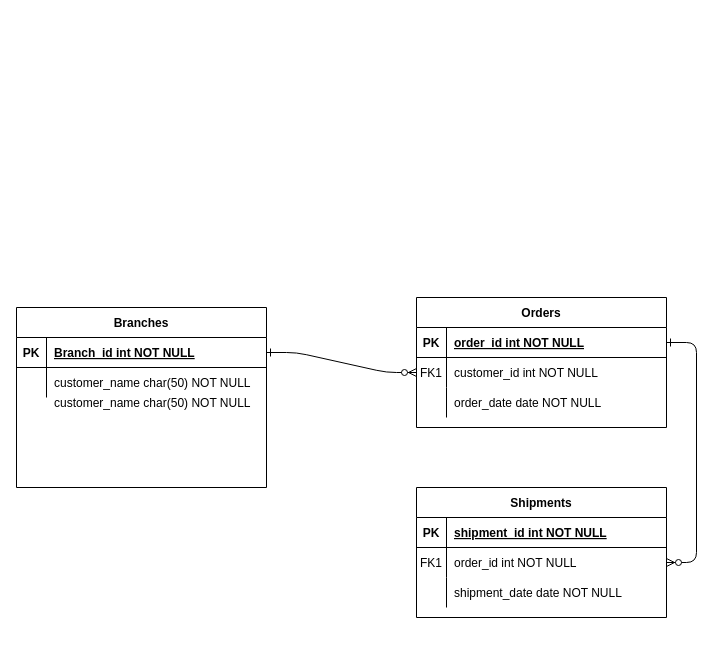
Above: page "Page-1" (1 of 2) of Untitled Diagram.drawio in AlexanderMezquita/little-lemon (draw.io), before the change. Source tidied: cells renumbered, new cells numbered last; positions are measured from the earlier drawing's top-left corner, leaving out a move shared by most shapes. Both pictures are drawn from the tidied source at 100%, with x=0, y=0 at pixel (16, 297).
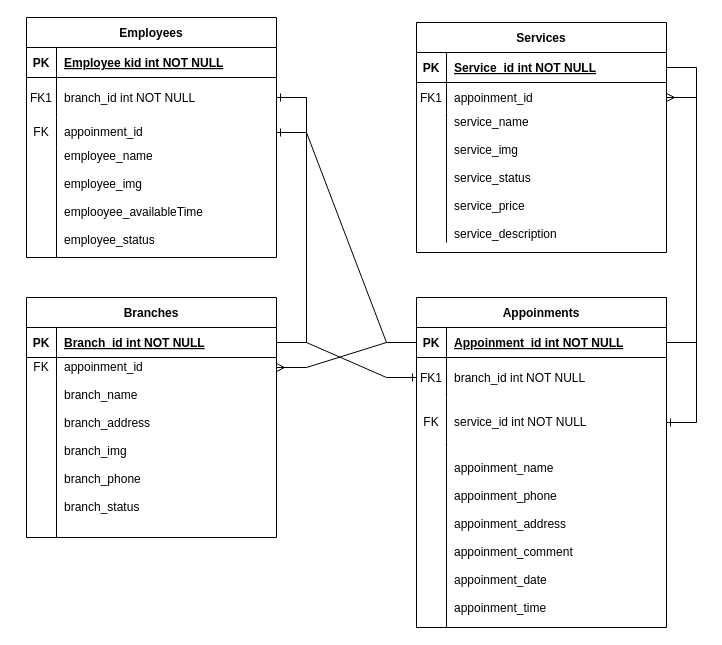
The same diagram, later.

Unchanged cells that the change refers to:
```xml
<mxCell id="5" style="shape=partialRectangle;fillColor=none;points=[[0,0.5],[1,0.5]];portConstraint=eastwest;top=0;left=0;right=0;bottom=1;" parent="4" vertex="1">
  <mxGeometry y="30" width="250" height="30" as="geometry" />
</mxCell>
<mxCell id="15" style="shape=partialRectangle;fillColor=none;points=[[0,0.5],[1,0.5]];portConstraint=eastwest;top=0;left=0;right=0;bottom=1;" parent="14" vertex="1">
  <mxGeometry y="30" width="250" height="30" as="geometry" />
</mxCell>
<mxCell id="18" style="shape=partialRectangle;fillColor=none;points=[[0,0.5],[1,0.5]];portConstraint=eastwest;top=0;left=0;right=0;bottom=0;" parent="14" vertex="1">
  <mxGeometry y="60" width="250" height="30" as="geometry" />
</mxCell>
<mxCell id="25" style="shape=partialRectangle;fillColor=none;points=[[0,0.5],[1,0.5]];portConstraint=eastwest;top=0;left=0;right=0;bottom=1;" parent="24" vertex="1">
  <mxGeometry y="30" width="250" height="30" as="geometry" />
</mxCell>
```

The edit, as a diff of the source:
```diff
@@
-    <mxCell id="2" style="edgeStyle=entityRelationEdgeStyle;endArrow=ERzeroToMany;startArrow=ERone;endFill=1;startFill=0;" parent="1" edge="1" source="25" target="8">
-      <mxGeometry relative="1" as="geometry" />
-    </mxCell>
-    <mxCell id="3" style="edgeStyle=entityRelationEdgeStyle;endArrow=ERzeroToMany;startArrow=ERone;endFill=1;startFill=0;" parent="1" edge="1" source="5" target="18">
-      <mxGeometry relative="1" as="geometry" />
-    </mxCell>
-    <mxCell id="4" value="Orders" style="shape=table;startSize=30;childLayout=tableLayout;rowLines=0;fontStyle=1;align=center;" parent="1" vertex="1">
-      <mxGeometry x="400" width="250" height="130" as="geometry" />
+    <mxCell id="4" value="Appoinments" style="shape=table;startSize=30;childLayout=tableLayout;rowLines=0;fontStyle=1;align=center;" parent="1" vertex="1">
+      <mxGeometry x="400" width="250" height="330" as="geometry" />
     </mxCell>
@@
-    <mxCell id="7" value="order_id int NOT NULL " style="shape=partialRectangle;overflow=hidden;fillColor=none;top=0;left=0;bottom=0;right=0;align=left;spacingLeft=6;fontStyle=5;" parent="5" vertex="1">
+    <mxCell id="7" value="Appoinment_id int NOT NULL " style="shape=partialRectangle;overflow=hidden;fillColor=none;top=0;left=0;bottom=0;right=0;align=left;spacingLeft=6;fontStyle=5;" parent="5" vertex="1">
       <mxGeometry x="30" width="220" height="30" as="geometry" />
     </mxCell>
     <mxCell id="8" style="shape=partialRectangle;fillColor=none;points=[[0,0.5],[1,0.5]];portConstraint=eastwest;top=0;left=0;right=0;bottom=0;" parent="4" vertex="1">
-      <mxGeometry y="60" width="250" height="30" as="geometry" />
+      <mxGeometry y="60" width="250" height="40" as="geometry" />
     </mxCell>
     <mxCell id="9" value="FK1" style="shape=partialRectangle;overflow=hidden;fillColor=none;top=0;left=0;bottom=0;right=0;" parent="8" vertex="1">
-      <mxGeometry width="30" height="30" as="geometry" />
+      <mxGeometry width="30" height="40" as="geometry" />
     </mxCell>
-    <mxCell id="10" value="customer_id int NOT NULL" style="shape=partialRectangle;overflow=hidden;fillColor=none;top=0;left=0;bottom=0;right=0;align=left;spacingLeft=6;" parent="8" vertex="1">
-      <mxGeometry x="30" width="220" height="30" as="geometry" />
+    <mxCell id="10" value="branch_id int NOT NULL" style="shape=partialRectangle;overflow=hidden;fillColor=none;top=0;left=0;bottom=0;right=0;align=left;spacingLeft=6;" parent="8" vertex="1">
+      <mxGeometry x="30" width="220" height="40" as="geometry" />
     </mxCell>
+    <mxCell id="32" style="shape=tableRow;horizontal=0;startSize=0;swimlaneHead=0;swimlaneBody=0;fillColor=none;points=[[0,0.5],[1,0.5]];portConstraint=eastwest;top=0;left=0;right=0;bottom=0;" parent="4" vertex="1">
+      <mxGeometry y="100" width="250" height="50" as="geometry" />
+    </mxCell>
+    <mxCell id="33" value="FK" style="shape=partialRectangle;fillColor=none;top=0;left=0;bottom=0;right=0;fontStyle=0;overflow=hidden;whiteSpace=wrap;html=1;" parent="32" vertex="1">
+      <mxGeometry width="30" height="50" as="geometry" />
+    </mxCell>
+    <mxCell id="34" value="service_id int NOT NULL" style="shape=partialRectangle;fillColor=none;top=0;left=0;bottom=0;right=0;align=left;spacingLeft=6;fontStyle=0;overflow=hidden;whiteSpace=wrap;html=1;" parent="32" vertex="1">
+      <mxGeometry x="30" width="220" height="50" as="geometry" />
+    </mxCell>
     <mxCell id="11" style="shape=partialRectangle;fillColor=none;top=0;left=0;right=0;bottom=0;" parent="4" vertex="1">
-      <mxGeometry y="90" width="250" height="30" as="geometry" />
+      <mxGeometry y="150" width="250" height="180" as="geometry" />
     </mxCell>
     <mxCell id="12" style="shape=partialRectangle;overflow=hidden;fillColor=none;top=0;left=0;bottom=0;right=0;" parent="11" vertex="1">
-      <mxGeometry width="30" height="30" as="geometry" />
+      <mxGeometry width="30" height="180" as="geometry" />
     </mxCell>
-    <mxCell id="13" value="order_date date NOT NULL" style="shape=partialRectangle;overflow=hidden;fillColor=none;top=0;left=0;bottom=0;right=0;align=left;spacingLeft=6;" parent="11" vertex="1">
-      <mxGeometry x="30" width="220" height="30" as="geometry" />
+    <mxCell id="13" value="appoinment_name &#10;&#10;appoinment_phone&#10;&#10;appoinment_address&#10;&#10;appoinment_comment&#10;&#10;appoinment_date&#10;&#10;appoinment_time" style="shape=partialRectangle;overflow=hidden;fillColor=none;top=0;left=0;bottom=0;right=0;align=left;spacingLeft=6;" parent="11" vertex="1">
+      <mxGeometry x="30" width="220" height="180" as="geometry" />
     </mxCell>
-    <mxCell id="14" value="Shipments" style="shape=table;startSize=30;childLayout=tableLayout;rowLines=0;fontStyle=1;align=center;" parent="1" vertex="1">
-      <mxGeometry x="400" y="190" width="250" height="130" as="geometry" />
+    <mxCell id="14" value="Services" style="shape=table;startSize=30;childLayout=tableLayout;rowLines=0;fontStyle=1;align=center;" parent="1" vertex="1">
+      <mxGeometry x="400" y="-275" width="250" height="230" as="geometry" />
     </mxCell>
@@
-    <mxCell id="17" value="shipment_id int NOT NULL " style="shape=partialRectangle;overflow=hidden;fillColor=none;top=0;left=0;bottom=0;right=0;align=left;spacingLeft=6;fontStyle=5;" parent="15" vertex="1">
+    <mxCell id="17" value="Service_id int NOT NULL " style="shape=partialRectangle;overflow=hidden;fillColor=none;top=0;left=0;bottom=0;right=0;align=left;spacingLeft=6;fontStyle=5;" parent="15" vertex="1">
       <mxGeometry x="30" width="220" height="30" as="geometry" />
     </mxCell>
@@
-    <mxCell id="20" value="order_id int NOT NULL" style="shape=partialRectangle;overflow=hidden;fillColor=none;top=0;left=0;bottom=0;right=0;align=left;spacingLeft=6;" parent="18" vertex="1">
+    <mxCell id="20" value="appoinment_id" style="shape=partialRectangle;overflow=hidden;fillColor=none;top=0;left=0;bottom=0;right=0;align=left;spacingLeft=6;" parent="18" vertex="1">
       <mxGeometry x="30" width="220" height="30" as="geometry" />
     </mxCell>
     <mxCell id="21" style="shape=partialRectangle;fillColor=none;top=0;left=0;right=0;bottom=0;" parent="14" vertex="1">
-      <mxGeometry y="90" width="250" height="30" as="geometry" />
+      <mxGeometry y="90" width="250" height="130" as="geometry" />
     </mxCell>
     <mxCell id="22" style="shape=partialRectangle;overflow=hidden;fillColor=none;top=0;left=0;bottom=0;right=0;" parent="21" vertex="1">
-      <mxGeometry width="30" height="30" as="geometry" />
+      <mxGeometry width="30" height="130" as="geometry" />
     </mxCell>
-    <mxCell id="23" value="shipment_date date NOT NULL" style="shape=partialRectangle;overflow=hidden;fillColor=none;top=0;left=0;bottom=0;right=0;align=left;spacingLeft=6;" parent="21" vertex="1">
-      <mxGeometry x="30" width="220" height="30" as="geometry" />
+    <mxCell id="23" value="service_name&#10;&#10;service_img&#10;&#10;service_status&#10;&#10;service_price&#10;&#10;service_description" style="shape=partialRectangle;overflow=hidden;fillColor=none;top=0;left=0;bottom=0;right=0;align=left;spacingLeft=6;" parent="21" vertex="1">
+      <mxGeometry x="30" width="220" height="130" as="geometry" />
     </mxCell>
     <mxCell id="24" value="Branches" style="shape=table;startSize=30;childLayout=tableLayout;rowLines=0;fontStyle=1;align=center;" parent="1" vertex="1">
-      <mxGeometry y="10" width="250" height="180" as="geometry" />
+      <mxGeometry x="10" width="250" height="240" as="geometry" />
     </mxCell>
@@
+    <mxCell id="35" style="shape=tableRow;horizontal=0;startSize=0;swimlaneHead=0;swimlaneBody=0;fillColor=none;points=[[0,0.5],[1,0.5]];portConstraint=eastwest;top=0;left=0;right=0;bottom=0;" parent="24" vertex="1">
+      <mxGeometry y="60" width="250" height="20" as="geometry" />
+    </mxCell>
+    <mxCell id="36" value="FK" style="shape=partialRectangle;fillColor=none;top=0;left=0;bottom=0;right=0;fontStyle=0;overflow=hidden;whiteSpace=wrap;html=1;" parent="35" vertex="1">
+      <mxGeometry width="30" height="20" as="geometry" />
+    </mxCell>
+    <mxCell id="37" value="appoinment_id" style="shape=partialRectangle;fillColor=none;top=0;left=0;bottom=0;right=0;align=left;spacingLeft=6;fontStyle=0;overflow=hidden;whiteSpace=wrap;html=1;" parent="35" vertex="1">
+      <mxGeometry x="30" width="220" height="20" as="geometry" />
+    </mxCell>
     <mxCell id="28" style="shape=partialRectangle;fillColor=none;top=0;left=0;right=0;bottom=0;" parent="24" vertex="1">
-      <mxGeometry y="60" width="250" height="30" as="geometry" />
+      <mxGeometry y="80" width="250" height="160" as="geometry" />
     </mxCell>
     <mxCell id="29" style="shape=partialRectangle;overflow=hidden;fillColor=none;top=0;left=0;bottom=0;right=0;" parent="28" vertex="1">
-      <mxGeometry width="30" height="30" as="geometry" />
+      <mxGeometry width="30" height="160" as="geometry" />
     </mxCell>
-    <mxCell id="30" value="customer_name char(50) NOT NULL" style="shape=partialRectangle;overflow=hidden;fillColor=none;top=0;left=0;bottom=0;right=0;align=left;spacingLeft=6;" parent="28" vertex="1">
-      <mxGeometry x="30" width="220" height="30" as="geometry" />
+    <mxCell id="30" value="branch_name &#10;&#10;branch_address&#10;&#10;branch_img&#10;&#10;branch_phone&#10;&#10;branch_status&#10;" style="shape=partialRectangle;overflow=hidden;fillColor=none;top=0;left=0;bottom=0;right=0;align=left;spacingLeft=6;" parent="28" vertex="1">
+      <mxGeometry x="30" width="220" height="160" as="geometry" />
     </mxCell>
-    <mxCell id="31" value="customer_name char(50) NOT NULL" style="shape=partialRectangle;overflow=hidden;fillColor=none;top=0;left=0;bottom=0;right=0;align=left;spacingLeft=6;" parent="1" vertex="1">
-      <mxGeometry x="30" y="90" width="220" height="30" as="geometry" />
-    </mxCell>
+    <mxCell id="38" style="edgeStyle=orthogonalEdgeStyle;rounded=0;orthogonalLoop=1;jettySize=auto;html=1;exitX=0.5;exitY=1;exitDx=0;exitDy=0;" parent="1" edge="1">
+      <mxGeometry relative="1" as="geometry">
+        <mxPoint x="80" y="140" as="sourcePoint" />
+        <mxPoint x="80" y="140" as="targetPoint" />
+      </mxGeometry>
+    </mxCell>
+    <mxCell id="39" style="edgeStyle=entityRelationEdgeStyle;fontSize=12;html=1;endArrow=ERmany;rounded=0;exitX=0;exitY=0.5;exitDx=0;exitDy=0;entryX=1;entryY=0.5;entryDx=0;entryDy=0;" parent="1" edge="1" source="5" target="35">
+      <mxGeometry relative="1" as="geometry" />
+    </mxCell>
+    <mxCell id="40" value="Employees" style="shape=table;startSize=30;childLayout=tableLayout;rowLines=0;fontStyle=1;align=center;" parent="1" vertex="1">
+      <mxGeometry x="10" y="-280" width="250" height="240" as="geometry" />
+    </mxCell>
+    <mxCell id="41" style="shape=partialRectangle;fillColor=none;top=0;left=0;right=0;bottom=1;" parent="40" vertex="1">
+      <mxGeometry y="30" width="250" height="30" as="geometry" />
+    </mxCell>
+    <mxCell id="42" value="PK" style="shape=partialRectangle;overflow=hidden;fillColor=none;top=0;left=0;bottom=0;right=0;fontStyle=1;" parent="41" vertex="1">
+      <mxGeometry width="30" height="30" as="geometry" />
+    </mxCell>
+    <mxCell id="43" value="Employee kid int NOT NULL " style="shape=partialRectangle;overflow=hidden;fillColor=none;top=0;left=0;bottom=0;right=0;align=left;spacingLeft=6;fontStyle=5;" parent="41" vertex="1">
+      <mxGeometry x="30" width="220" height="30" as="geometry" />
+    </mxCell>
+    <mxCell id="44" style="shape=partialRectangle;fillColor=none;points=[[0,0.5],[1,0.5]];portConstraint=eastwest;top=0;left=0;right=0;bottom=0;" parent="40" vertex="1">
+      <mxGeometry y="60" width="250" height="40" as="geometry" />
+    </mxCell>
+    <mxCell id="45" value="FK1" style="shape=partialRectangle;overflow=hidden;fillColor=none;top=0;left=0;bottom=0;right=0;" parent="44" vertex="1">
+      <mxGeometry width="30" height="40" as="geometry" />
+    </mxCell>
+    <mxCell id="46" value="branch_id int NOT NULL" style="shape=partialRectangle;overflow=hidden;fillColor=none;top=0;left=0;bottom=0;right=0;align=left;spacingLeft=6;" parent="44" vertex="1">
+      <mxGeometry x="30" width="220" height="40" as="geometry" />
+    </mxCell>
+    <mxCell id="47" style="shape=tableRow;horizontal=0;startSize=0;swimlaneHead=0;swimlaneBody=0;fillColor=none;points=[[0,0.5],[1,0.5]];portConstraint=eastwest;top=0;left=0;right=0;bottom=0;" parent="40" vertex="1">
+      <mxGeometry y="100" width="250" height="30" as="geometry" />
+    </mxCell>
+    <mxCell id="48" value="FK" style="shape=partialRectangle;fillColor=none;top=0;left=0;bottom=0;right=0;fontStyle=0;overflow=hidden;whiteSpace=wrap;html=1;" parent="47" vertex="1">
+      <mxGeometry width="30" height="30" as="geometry" />
+    </mxCell>
+    <mxCell id="49" value="appoinment_id&amp;nbsp;" style="shape=partialRectangle;fillColor=none;top=0;left=0;bottom=0;right=0;align=left;spacingLeft=6;fontStyle=0;overflow=hidden;whiteSpace=wrap;html=1;" parent="47" vertex="1">
+      <mxGeometry x="30" width="220" height="30" as="geometry" />
+    </mxCell>
+    <mxCell id="50" style="shape=partialRectangle;fillColor=none;top=0;left=0;right=0;bottom=0;" parent="40" vertex="1">
+      <mxGeometry y="130" width="250" height="110" as="geometry" />
+    </mxCell>
+    <mxCell id="51" style="shape=partialRectangle;overflow=hidden;fillColor=none;top=0;left=0;bottom=0;right=0;" parent="50" vertex="1">
+      <mxGeometry width="30" height="110" as="geometry" />
+    </mxCell>
+    <mxCell id="52" value="employee_name &#10;&#10;employee_img&#10;&#10;emplooyee_availableTime&#10;&#10;employee_status&#10;" style="shape=partialRectangle;overflow=hidden;fillColor=none;top=0;left=0;bottom=0;right=0;align=left;spacingLeft=6;" parent="50" vertex="1">
+      <mxGeometry x="30" width="220" height="110" as="geometry" />
+    </mxCell>
+    <mxCell id="2" style="edgeStyle=entityRelationEdgeStyle;fontSize=12;html=1;endArrow=ERone;endFill=1;rounded=0;entryX=0;entryY=0.5;entryDx=0;entryDy=0;exitX=1;exitY=0.5;exitDx=0;exitDy=0;" parent="1" edge="1" source="25" target="8">
+      <mxGeometry relative="1" as="geometry" />
+    </mxCell>
+    <mxCell id="53" style="edgeStyle=entityRelationEdgeStyle;fontSize=12;html=1;endArrow=ERone;endFill=1;rounded=0;entryX=1;entryY=0.5;entryDx=0;entryDy=0;" parent="1" edge="1" source="25" target="44">
+      <mxGeometry relative="1" as="geometry">
+        <Array as="points">
+          <mxPoint x="-30" y="170" />
+        </Array>
+      </mxGeometry>
+    </mxCell>
+    <mxCell id="54" style="edgeStyle=entityRelationEdgeStyle;fontSize=12;html=1;endArrow=ERone;endFill=1;rounded=0;" parent="1" edge="1" source="5" target="47">
+      <mxGeometry relative="1" as="geometry">
+        <Array as="points">
+          <mxPoint x="-20" y="180" />
+        </Array>
+      </mxGeometry>
+    </mxCell>
+    <mxCell id="3" style="edgeStyle=entityRelationEdgeStyle;fontSize=12;html=1;endArrow=ERmany;rounded=0;exitX=1;exitY=0.5;exitDx=0;exitDy=0;entryX=1;entryY=0.5;entryDx=0;entryDy=0;" parent="1" edge="1" source="5" target="18">
+      <mxGeometry relative="1" as="geometry" />
+    </mxCell>
+    <mxCell id="55" style="edgeStyle=entityRelationEdgeStyle;fontSize=12;html=1;endArrow=ERone;endFill=1;rounded=0;exitX=1;exitY=0.5;exitDx=0;exitDy=0;" parent="1" edge="1" source="15" target="32">
+      <mxGeometry relative="1" as="geometry">
+        <Array as="points">
+          <mxPoint x="390" y="450" />
+        </Array>
+      </mxGeometry>
+    </mxCell>
```
